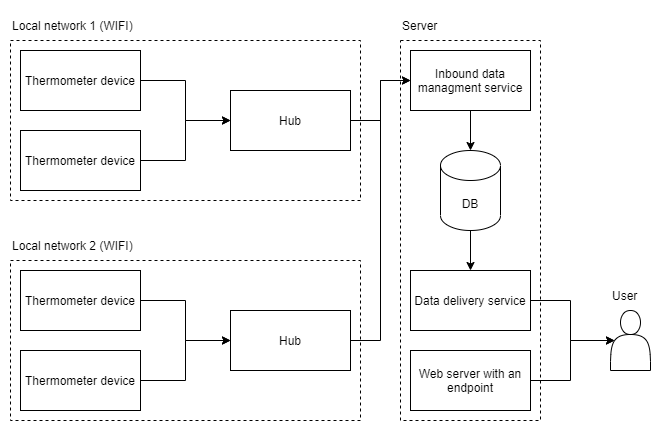
Infor-Tech/TemperaControl keeps this draw.io diagram as concept/assets/architecture-diagram-1.png. Above is the earlier version. Source tidied: cells renumbered, new cells last; positions are measured from the earlier drawing's top-left corner, leaving out a move shared by most shapes. Its diagram source:
```xml
<mxGraphModel>
  <root>
    <mxCell id="0" />
    <mxCell id="1" parent="0" />
    <mxCell id="2" style="edgeStyle=orthogonalEdgeStyle;rounded=0;jettySize=auto;html=1;exitX=1;exitY=0.5;exitDx=0;exitDy=0;entryX=0;entryY=0.5;entryDx=0;entryDy=0;" parent="1" edge="1" source="7" target="14">
      <mxGeometry relative="1" as="geometry">
        <Array as="points">
          <mxPoint x="370" y="110" />
          <mxPoint x="370" y="70" />
        </Array>
      </mxGeometry>
    </mxCell>
    <mxCell id="3" style="group;" parent="1" vertex="1">
      <mxGeometry width="350" height="190" as="geometry" />
    </mxCell>
    <mxCell id="4" style="rounded=0;whiteSpace=wrap;html=1;fillColor=none;dashed=1;" parent="3" vertex="1">
      <mxGeometry y="30" width="350" height="160" as="geometry" />
    </mxCell>
    <mxCell id="5" value="Thermometer device" style="rounded=0;whiteSpace=wrap;html=1;" parent="3" vertex="1">
      <mxGeometry x="10" y="40" width="120" height="60" as="geometry" />
    </mxCell>
    <mxCell id="6" value="Thermometer device" style="rounded=0;whiteSpace=wrap;html=1;" parent="3" vertex="1">
      <mxGeometry x="10" y="120" width="120" height="60" as="geometry" />
    </mxCell>
    <mxCell id="7" value="Hub" style="rounded=0;whiteSpace=wrap;html=1;fillColor=default;" parent="3" vertex="1">
      <mxGeometry x="220" y="80" width="120" height="60" as="geometry" />
    </mxCell>
    <mxCell id="8" value="Local network 1 (WIFI)" style="text;html=1;strokeColor=none;fillColor=none;align=left;verticalAlign=middle;whiteSpace=wrap;rounded=0;dashed=1;" parent="3" vertex="1">
      <mxGeometry width="130" height="30" as="geometry" />
    </mxCell>
    <mxCell id="9" style="edgeStyle=orthogonalEdgeStyle;rounded=0;jettySize=auto;html=1;entryX=0;entryY=0.5;entryDx=0;entryDy=0;exitX=1;exitY=0.5;exitDx=0;exitDy=0;" parent="3" edge="1" source="6" target="7">
      <mxGeometry relative="1" as="geometry" />
    </mxCell>
    <mxCell id="10" style="edgeStyle=orthogonalEdgeStyle;rounded=0;jettySize=auto;html=1;entryX=0;entryY=0.5;entryDx=0;entryDy=0;exitX=1;exitY=0.5;exitDx=0;exitDy=0;" parent="3" edge="1" source="5" target="7">
      <mxGeometry relative="1" as="geometry" />
    </mxCell>
    <mxCell id="11" style="group;" parent="1" vertex="1">
      <mxGeometry x="390" width="140" height="410" as="geometry" />
    </mxCell>
    <mxCell id="12" style="rounded=0;whiteSpace=wrap;html=1;dashed=1;fillColor=none;" parent="11" vertex="1">
      <mxGeometry y="30" width="140" height="380" as="geometry" />
    </mxCell>
    <mxCell id="13" value="DB" style="shape=cylinder3;whiteSpace=wrap;html=1;boundedLbl=1;backgroundOutline=1;size=15;" parent="11" vertex="1">
      <mxGeometry x="40" y="140" width="60" height="80" as="geometry" />
    </mxCell>
    <mxCell id="14" value="Inbound data managment service" style="rounded=0;whiteSpace=wrap;html=1;" parent="11" vertex="1">
      <mxGeometry x="10" y="40" width="120" height="60" as="geometry" />
    </mxCell>
    <mxCell id="15" value="Data delivery service" style="rounded=0;whiteSpace=wrap;html=1;" parent="11" vertex="1">
      <mxGeometry x="10" y="260" width="120" height="60" as="geometry" />
    </mxCell>
    <mxCell id="16" value="Server" style="text;html=1;strokeColor=none;fillColor=none;align=left;verticalAlign=middle;whiteSpace=wrap;rounded=0;dashed=1;" parent="11" vertex="1">
      <mxGeometry width="40" height="30" as="geometry" />
    </mxCell>
    <mxCell id="17" value="Web server with an endpoint" style="rounded=0;whiteSpace=wrap;html=1;fillColor=default;" parent="11" vertex="1">
      <mxGeometry x="10" y="340" width="120" height="60" as="geometry" />
    </mxCell>
    <mxCell id="18" style="endArrow=classic;html=1;rounded=0;entryX=0.5;entryY=0;entryDx=0;entryDy=0;entryPerimeter=0;exitX=0.5;exitY=1;exitDx=0;exitDy=0;" parent="11" edge="1" source="14" target="13">
      <mxGeometry relative="1" as="geometry" />
    </mxCell>
    <mxCell id="19" style="endArrow=classic;html=1;rounded=0;exitX=0.5;exitY=1;exitDx=0;exitDy=0;exitPerimeter=0;entryX=0.5;entryY=0;entryDx=0;entryDy=0;" parent="11" edge="1" source="13" target="15">
      <mxGeometry relative="1" as="geometry" />
    </mxCell>
    <mxCell id="20" style="shape=actor;whiteSpace=wrap;html=1;fillColor=default;" parent="1" vertex="1">
      <mxGeometry x="600" y="300" width="40" height="60" as="geometry" />
    </mxCell>
    <mxCell id="21" style="edgeStyle=orthogonalEdgeStyle;rounded=0;jettySize=auto;html=1;exitX=1;exitY=0.5;exitDx=0;exitDy=0;entryX=0.1;entryY=0.5;entryDx=0;entryDy=0;entryPerimeter=0;" parent="1" edge="1" source="17" target="20">
      <mxGeometry relative="1" as="geometry" />
    </mxCell>
    <mxCell id="22" style="edgeStyle=orthogonalEdgeStyle;rounded=0;jettySize=auto;html=1;exitX=1;exitY=0.5;exitDx=0;exitDy=0;entryX=0.1;entryY=0.5;entryDx=0;entryDy=0;entryPerimeter=0;" parent="1" edge="1" source="15" target="20">
      <mxGeometry relative="1" as="geometry" />
    </mxCell>
    <mxCell id="23" value="User" style="text;html=1;strokeColor=none;fillColor=none;align=left;verticalAlign=middle;whiteSpace=wrap;rounded=0;" parent="1" vertex="1">
      <mxGeometry x="600" y="270" width="30" height="30" as="geometry" />
    </mxCell>
    <mxCell id="24" style="group;" parent="1" vertex="1">
      <mxGeometry y="220" width="350" height="190" as="geometry" />
    </mxCell>
    <mxCell id="25" style="rounded=0;whiteSpace=wrap;html=1;fillColor=none;dashed=1;" parent="24" vertex="1">
      <mxGeometry y="30" width="350" height="160" as="geometry" />
    </mxCell>
    <mxCell id="26" value="Thermometer device" style="rounded=0;whiteSpace=wrap;html=1;" parent="24" vertex="1">
      <mxGeometry x="10" y="40" width="120" height="60" as="geometry" />
    </mxCell>
    <mxCell id="27" value="Thermometer device" style="rounded=0;whiteSpace=wrap;html=1;" parent="24" vertex="1">
      <mxGeometry x="10" y="120" width="120" height="60" as="geometry" />
    </mxCell>
    <mxCell id="28" value="Hub" style="rounded=0;whiteSpace=wrap;html=1;fillColor=default;" parent="24" vertex="1">
      <mxGeometry x="220" y="80" width="120" height="60" as="geometry" />
    </mxCell>
    <mxCell id="29" value="Local network&amp;nbsp;2 (WIFI)" style="text;html=1;strokeColor=none;fillColor=none;align=left;verticalAlign=middle;whiteSpace=wrap;rounded=0;dashed=1;" parent="24" vertex="1">
      <mxGeometry width="130" height="30" as="geometry" />
    </mxCell>
    <mxCell id="30" style="edgeStyle=orthogonalEdgeStyle;rounded=0;jettySize=auto;html=1;entryX=0;entryY=0.5;entryDx=0;entryDy=0;exitX=1;exitY=0.5;exitDx=0;exitDy=0;" parent="24" edge="1" source="27" target="28">
      <mxGeometry relative="1" as="geometry" />
    </mxCell>
    <mxCell id="31" style="edgeStyle=orthogonalEdgeStyle;rounded=0;jettySize=auto;html=1;entryX=0;entryY=0.5;entryDx=0;entryDy=0;exitX=1;exitY=0.5;exitDx=0;exitDy=0;" parent="24" edge="1" source="26" target="28">
      <mxGeometry relative="1" as="geometry" />
    </mxCell>
    <mxCell id="32" style="edgeStyle=orthogonalEdgeStyle;rounded=0;jettySize=auto;html=1;exitX=1;exitY=0.5;exitDx=0;exitDy=0;entryX=0;entryY=0.5;entryDx=0;entryDy=0;" parent="1" edge="1" source="28" target="14">
      <mxGeometry relative="1" as="geometry">
        <Array as="points">
          <mxPoint x="370" y="330" />
          <mxPoint x="370" y="70" />
        </Array>
      </mxGeometry>
    </mxCell>
  </root>
</mxGraphModel>
```
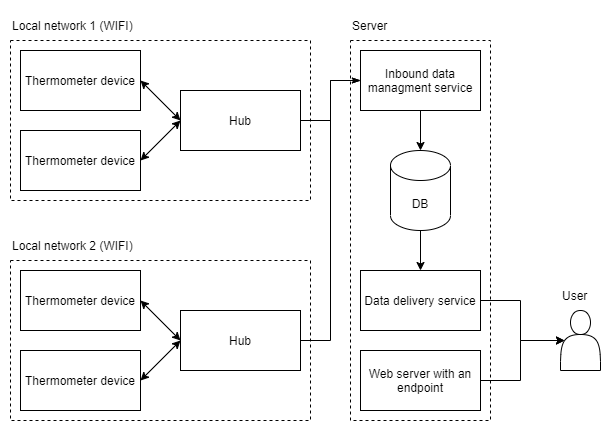
Later version of the same file.

What changed in the source:
```diff
@@ -2,38 +2,6 @@
   <root>
     <mxCell id="0" />
     <mxCell id="1" parent="0" />
-    <mxCell id="2" style="edgeStyle=orthogonalEdgeStyle;rounded=0;jettySize=auto;html=1;exitX=1;exitY=0.5;exitDx=0;exitDy=0;entryX=0;entryY=0.5;entryDx=0;entryDy=0;" parent="1" edge="1" source="7" target="14">
-      <mxGeometry relative="1" as="geometry">
-        <Array as="points">
-          <mxPoint x="370" y="110" />
-          <mxPoint x="370" y="70" />
-        </Array>
-      </mxGeometry>
-    </mxCell>
-    <mxCell id="3" style="group;" parent="1" vertex="1">
-      <mxGeometry width="350" height="190" as="geometry" />
-    </mxCell>
-    <mxCell id="4" style="rounded=0;whiteSpace=wrap;html=1;fillColor=none;dashed=1;" parent="3" vertex="1">
-      <mxGeometry y="30" width="350" height="160" as="geometry" />
-    </mxCell>
-    <mxCell id="5" value="Thermometer device" style="rounded=0;whiteSpace=wrap;html=1;" parent="3" vertex="1">
-      <mxGeometry x="10" y="40" width="120" height="60" as="geometry" />
-    </mxCell>
-    <mxCell id="6" value="Thermometer device" style="rounded=0;whiteSpace=wrap;html=1;" parent="3" vertex="1">
-      <mxGeometry x="10" y="120" width="120" height="60" as="geometry" />
-    </mxCell>
-    <mxCell id="7" value="Hub" style="rounded=0;whiteSpace=wrap;html=1;fillColor=default;" parent="3" vertex="1">
-      <mxGeometry x="220" y="80" width="120" height="60" as="geometry" />
-    </mxCell>
-    <mxCell id="8" value="Local network 1 (WIFI)" style="text;html=1;strokeColor=none;fillColor=none;align=left;verticalAlign=middle;whiteSpace=wrap;rounded=0;dashed=1;" parent="3" vertex="1">
-      <mxGeometry width="130" height="30" as="geometry" />
-    </mxCell>
-    <mxCell id="9" style="edgeStyle=orthogonalEdgeStyle;rounded=0;jettySize=auto;html=1;entryX=0;entryY=0.5;entryDx=0;entryDy=0;exitX=1;exitY=0.5;exitDx=0;exitDy=0;" parent="3" edge="1" source="6" target="7">
-      <mxGeometry relative="1" as="geometry" />
-    </mxCell>
-    <mxCell id="10" style="edgeStyle=orthogonalEdgeStyle;rounded=0;jettySize=auto;html=1;entryX=0;entryY=0.5;entryDx=0;entryDy=0;exitX=1;exitY=0.5;exitDx=0;exitDy=0;" parent="3" edge="1" source="5" target="7">
-      <mxGeometry relative="1" as="geometry" />
-    </mxCell>
     <mxCell id="11" style="group;" parent="1" vertex="1">
       <mxGeometry x="390" width="140" height="410" as="geometry" />
     </mxCell>
@@ -73,37 +41,59 @@
     <mxCell id="23" value="User" style="text;html=1;strokeColor=none;fillColor=none;align=left;verticalAlign=middle;whiteSpace=wrap;rounded=0;" parent="1" vertex="1">
       <mxGeometry x="600" y="270" width="30" height="30" as="geometry" />
     </mxCell>
-    <mxCell id="24" style="group;" parent="1" vertex="1">
-      <mxGeometry y="220" width="350" height="190" as="geometry" />
-    </mxCell>
-    <mxCell id="25" style="rounded=0;whiteSpace=wrap;html=1;fillColor=none;dashed=1;" parent="24" vertex="1">
-      <mxGeometry y="30" width="350" height="160" as="geometry" />
-    </mxCell>
+    <mxCell id="33" style="group;" parent="1" vertex="1">
+      <mxGeometry x="50" width="300" height="190" as="geometry" />
+    </mxCell>
+    <mxCell id="4" style="rounded=0;whiteSpace=wrap;html=1;fillColor=none;dashed=1;" parent="33" vertex="1">
+      <mxGeometry y="30" width="300" height="160" as="geometry" />
+    </mxCell>
+    <mxCell id="5" value="Thermometer device" style="rounded=0;whiteSpace=wrap;html=1;" parent="33" vertex="1">
+      <mxGeometry x="10" y="40" width="120" height="60" as="geometry" />
+    </mxCell>
+    <mxCell id="6" value="Thermometer device" style="rounded=0;whiteSpace=wrap;html=1;" parent="33" vertex="1">
+      <mxGeometry x="10" y="120" width="120" height="60" as="geometry" />
+    </mxCell>
+    <mxCell id="7" value="Hub" style="rounded=0;whiteSpace=wrap;html=1;fillColor=default;" parent="33" vertex="1">
+      <mxGeometry x="170" y="80" width="120" height="60" as="geometry" />
+    </mxCell>
+    <mxCell id="8" value="Local network 1 (WIFI)" style="text;html=1;strokeColor=none;fillColor=none;align=left;verticalAlign=middle;whiteSpace=wrap;rounded=0;dashed=1;" parent="33" vertex="1">
+      <mxGeometry width="130" height="30" as="geometry" />
+    </mxCell>
+    <mxCell id="10" style="endArrow=classic;startArrow=classic;html=1;rounded=0;exitX=1;exitY=0.5;exitDx=0;exitDy=0;entryX=0;entryY=0.5;entryDx=0;entryDy=0;" parent="33" edge="1" source="5" target="7">
+      <mxGeometry as="geometry" />
+    </mxCell>
+    <mxCell id="9" style="endArrow=classic;startArrow=classic;html=1;rounded=0;entryX=0;entryY=0.5;entryDx=0;entryDy=0;exitX=1;exitY=0.5;exitDx=0;exitDy=0;" parent="33" edge="1" source="6" target="7">
+      <mxGeometry as="geometry" />
+    </mxCell>
+    <mxCell id="34" style="group;" parent="1" vertex="1">
+      <mxGeometry x="50" y="220" width="300" height="190" as="geometry" />
+    </mxCell>
+    <mxCell id="35" style="rounded=0;whiteSpace=wrap;html=1;fillColor=none;dashed=1;" parent="34" vertex="1">
+      <mxGeometry y="30" width="300" height="160" as="geometry" />
+    </mxCell>
-    <mxCell id="26" value="Thermometer device" style="rounded=0;whiteSpace=wrap;html=1;" parent="24" vertex="1">
+    <mxCell id="26" value="Thermometer device" style="rounded=0;whiteSpace=wrap;html=1;" parent="34" vertex="1">
       <mxGeometry x="10" y="40" width="120" height="60" as="geometry" />
     </mxCell>
-    <mxCell id="27" value="Thermometer device" style="rounded=0;whiteSpace=wrap;html=1;" parent="24" vertex="1">
+    <mxCell id="27" value="Thermometer device" style="rounded=0;whiteSpace=wrap;html=1;" parent="34" vertex="1">
       <mxGeometry x="10" y="120" width="120" height="60" as="geometry" />
     </mxCell>
-    <mxCell id="28" value="Hub" style="rounded=0;whiteSpace=wrap;html=1;fillColor=default;" parent="24" vertex="1">
-      <mxGeometry x="220" y="80" width="120" height="60" as="geometry" />
+    <mxCell id="28" value="Hub" style="rounded=0;whiteSpace=wrap;html=1;fillColor=default;" parent="34" vertex="1">
+      <mxGeometry x="170" y="80" width="120" height="60" as="geometry" />
     </mxCell>
-    <mxCell id="29" value="Local network&amp;nbsp;2 (WIFI)" style="text;html=1;strokeColor=none;fillColor=none;align=left;verticalAlign=middle;whiteSpace=wrap;rounded=0;dashed=1;" parent="24" vertex="1">
+    <mxCell id="29" value="Local network 2 (WIFI)" style="text;html=1;strokeColor=none;fillColor=none;align=left;verticalAlign=middle;whiteSpace=wrap;rounded=0;dashed=1;" parent="34" vertex="1">
       <mxGeometry width="130" height="30" as="geometry" />
     </mxCell>
+    <mxCell id="31" style="endArrow=classic;startArrow=classic;html=1;rounded=0;exitX=1;exitY=0.5;exitDx=0;exitDy=0;entryX=0;entryY=0.5;entryDx=0;entryDy=0;" parent="34" edge="1" source="26" target="28">
+      <mxGeometry as="geometry" />
+    </mxCell>
-    <mxCell id="30" style="edgeStyle=orthogonalEdgeStyle;rounded=0;jettySize=auto;html=1;entryX=0;entryY=0.5;entryDx=0;entryDy=0;exitX=1;exitY=0.5;exitDx=0;exitDy=0;" parent="24" edge="1" source="27" target="28">
-      <mxGeometry relative="1" as="geometry" />
+    <mxCell id="30" style="endArrow=classic;startArrow=classic;html=1;rounded=0;entryX=0;entryY=0.5;entryDx=0;entryDy=0;exitX=1;exitY=0.5;exitDx=0;exitDy=0;" parent="34" edge="1" source="27" target="28">
+      <mxGeometry as="geometry" />
     </mxCell>
-    <mxCell id="31" style="edgeStyle=orthogonalEdgeStyle;rounded=0;jettySize=auto;html=1;entryX=0;entryY=0.5;entryDx=0;entryDy=0;exitX=1;exitY=0.5;exitDx=0;exitDy=0;" parent="24" edge="1" source="26" target="28">
-      <mxGeometry relative="1" as="geometry" />
-    </mxCell>
+    <mxCell id="2" style="edgeStyle=orthogonalEdgeStyle;rounded=0;jettySize=auto;html=1;exitX=1;exitY=0.5;exitDx=0;exitDy=0;entryX=0;entryY=0.5;entryDx=0;entryDy=0;endArrow=classicThin;endFill=1;" parent="1" edge="1" source="7" target="14">
+      <mxGeometry relative="1" as="geometry" />
+    </mxCell>
-    <mxCell id="32" style="edgeStyle=orthogonalEdgeStyle;rounded=0;jettySize=auto;html=1;exitX=1;exitY=0.5;exitDx=0;exitDy=0;entryX=0;entryY=0.5;entryDx=0;entryDy=0;" parent="1" edge="1" source="28" target="14">
-      <mxGeometry relative="1" as="geometry">
-        <Array as="points">
-          <mxPoint x="370" y="330" />
-          <mxPoint x="370" y="70" />
-        </Array>
-      </mxGeometry>
+    <mxCell id="32" style="edgeStyle=orthogonalEdgeStyle;rounded=0;jettySize=auto;html=1;exitX=1;exitY=0.5;exitDx=0;exitDy=0;entryX=0;entryY=0.5;entryDx=0;entryDy=0;endArrow=classicThin;endFill=1;" parent="1" edge="1" source="28" target="14">
+      <mxGeometry relative="1" as="geometry" />
     </mxCell>
   </root>
 </mxGraphModel>
```
